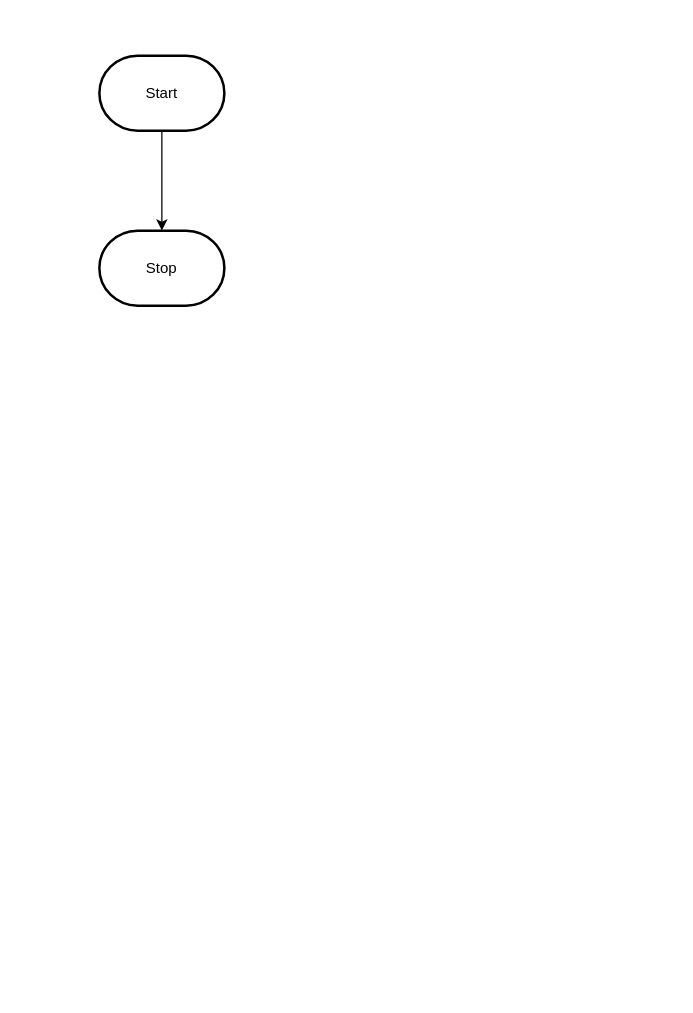
Before: design/flowchart.drawio in MTHS-TEJ2O-1-2023/TEJ2O-Unit-2-08-Julianne-Leblanc-Peltier, a draw.io diagram. Source tidied: cells renumbered, new cells numbered last; positions are measured from the earlier drawing's top-left corner, leaving out a move shared by most shapes. Both pictures are drawn from the tidied source at 125%, with x=0, y=0 at pixel (99, 55).
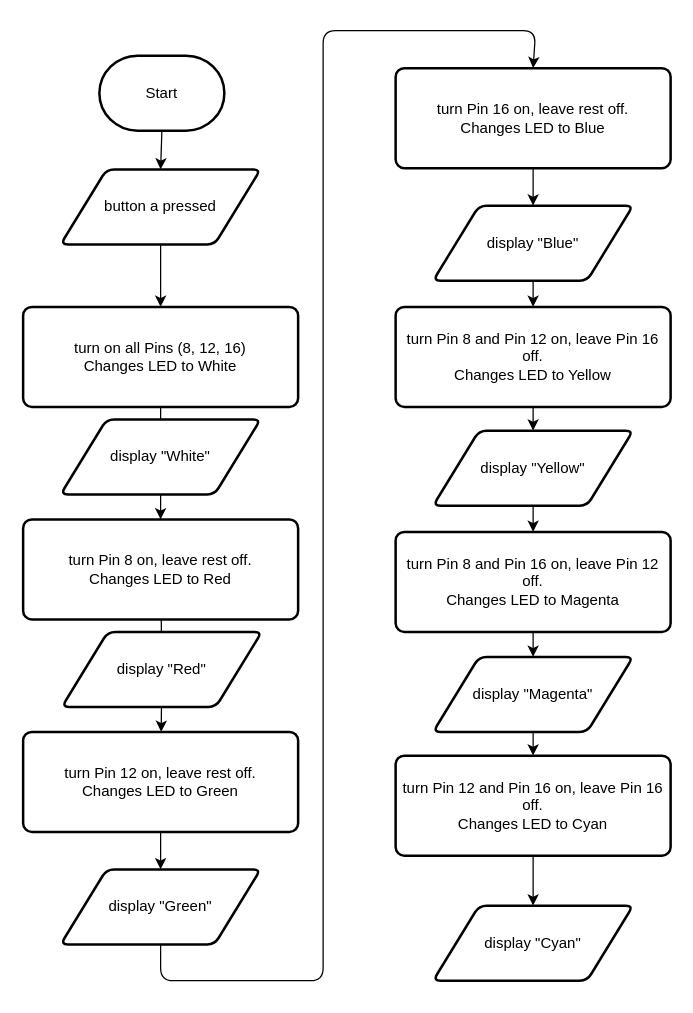
The same page after the edit.

Unchanged cells that the change refers to:
```xml
<mxCell id="3" value="Start" style="strokeWidth=2;html=1;shape=mxgraph.flowchart.terminator;whiteSpace=wrap;" parent="1" vertex="1">
  <mxGeometry width="100" height="60" as="geometry" />
</mxCell>
```

Change to the diagram source:
```diff
@@
-    <mxCell id="2" style="edgeStyle=orthogonalEdgeStyle;html=1;rounded=0;" parent="1" edge="1" source="3" target="4">
-      <mxGeometry relative="1" as="geometry" />
-    </mxCell>
+    <mxCell id="5" style="edgeStyle=none;html=1;exitX=0.5;exitY=1;exitDx=0;exitDy=0;exitPerimeter=0;entryX=0.5;entryY=0;entryDx=0;entryDy=0;" parent="1" edge="1" source="3" target="7">
+      <mxGeometry relative="1" as="geometry" />
+    </mxCell>
@@
-    <mxCell id="4" value="Stop" style="strokeWidth=2;html=1;shape=mxgraph.flowchart.terminator;whiteSpace=wrap;" parent="1" vertex="1">
-      <mxGeometry y="140" width="100" height="60" as="geometry" />
-    </mxCell>
+    <mxCell id="6" style="edgeStyle=none;html=1;exitX=0.5;exitY=1;exitDx=0;exitDy=0;entryX=0.5;entryY=0;entryDx=0;entryDy=0;" parent="1" edge="1" source="7" target="9">
+      <mxGeometry relative="1" as="geometry" />
+    </mxCell>
+    <mxCell id="7" value="button a pressed" style="shape=parallelogram;html=1;strokeWidth=2;perimeter=parallelogramPerimeter;whiteSpace=wrap;rounded=1;arcSize=12;size=0.23;" parent="1" vertex="1">
+      <mxGeometry x="-31" y="91" width="160" height="60" as="geometry" />
+    </mxCell>
+    <mxCell id="8" style="edgeStyle=none;html=1;startArrow=none;startFill=0;endArrow=classic;endFill=1;" parent="1" edge="1" source="9" target="10">
+      <mxGeometry relative="1" as="geometry" />
+    </mxCell>
+    <mxCell id="9" value="turn on all Pins (8, 12, 16)&lt;br&gt;Changes LED to White" style="rounded=1;whiteSpace=wrap;html=1;absoluteArcSize=1;arcSize=14;strokeWidth=2;" parent="1" vertex="1">
+      <mxGeometry x="-61" y="201" width="220" height="80" as="geometry" />
+    </mxCell>
+    <mxCell id="10" value="turn Pin 8 on, leave rest off.&lt;br&gt;Changes LED to Red" style="rounded=1;whiteSpace=wrap;html=1;absoluteArcSize=1;arcSize=14;strokeWidth=2;" parent="1" vertex="1">
+      <mxGeometry x="-61" y="371" width="220" height="80" as="geometry" />
+    </mxCell>
+    <mxCell id="11" style="edgeStyle=none;html=1;endArrow=none;endFill=0;startArrow=none;startFill=1;" parent="1" edge="1" source="18" target="10">
+      <mxGeometry relative="1" as="geometry" />
+    </mxCell>
+    <mxCell id="12" style="edgeStyle=none;html=1;exitX=0.5;exitY=1;exitDx=0;exitDy=0;entryX=0.5;entryY=0;entryDx=0;entryDy=0;startArrow=none;startFill=0;endArrow=classic;endFill=1;" parent="1" edge="1" source="13" target="16">
+      <mxGeometry relative="1" as="geometry" />
+    </mxCell>
+    <mxCell id="13" value="turn Pin 12 on, leave rest off.&lt;br&gt;Changes LED to Green" style="rounded=1;whiteSpace=wrap;html=1;absoluteArcSize=1;arcSize=14;strokeWidth=2;" parent="1" vertex="1">
+      <mxGeometry x="-61" y="541" width="220" height="80" as="geometry" />
+    </mxCell>
+    <mxCell id="14" value="display &quot;White&quot;" style="shape=parallelogram;html=1;strokeWidth=2;perimeter=parallelogramPerimeter;whiteSpace=wrap;rounded=1;arcSize=12;size=0.23;" parent="1" vertex="1">
+      <mxGeometry x="-31" y="291" width="160" height="60" as="geometry" />
+    </mxCell>
+    <mxCell id="15" style="edgeStyle=none;rounded=1;html=1;exitX=0.5;exitY=1;exitDx=0;exitDy=0;entryX=0.5;entryY=0;entryDx=0;entryDy=0;startArrow=none;startFill=0;endArrow=classic;endFill=1;" parent="1" edge="1" source="16" target="20">
+      <mxGeometry relative="1" as="geometry">
+        <Array as="points">
+          <mxPoint x="49" y="740" />
+          <mxPoint x="179" y="740" />
+          <mxPoint x="179" y="-20" />
+          <mxPoint x="349" y="-20" />
+        </Array>
+      </mxGeometry>
+    </mxCell>
+    <mxCell id="16" value="display &quot;Green&quot;" style="shape=parallelogram;html=1;strokeWidth=2;perimeter=parallelogramPerimeter;whiteSpace=wrap;rounded=1;arcSize=12;size=0.23;" parent="1" vertex="1">
+      <mxGeometry x="-31" y="651" width="160" height="60" as="geometry" />
+    </mxCell>
+    <mxCell id="17" style="edgeStyle=none;html=1;endArrow=none;endFill=0;startArrow=classic;startFill=1;" parent="1" edge="1" source="13" target="18">
+      <mxGeometry relative="1" as="geometry" />
+    </mxCell>
+    <mxCell id="18" value="display &quot;Red&quot;" style="shape=parallelogram;html=1;strokeWidth=2;perimeter=parallelogramPerimeter;whiteSpace=wrap;rounded=1;arcSize=12;size=0.23;" parent="1" vertex="1">
+      <mxGeometry x="-30" y="461" width="160" height="60" as="geometry" />
+    </mxCell>
+    <mxCell id="19" style="edgeStyle=none;rounded=1;html=1;exitX=0.5;exitY=1;exitDx=0;exitDy=0;startArrow=none;startFill=0;endArrow=classic;endFill=1;" parent="1" edge="1" source="20" target="22">
+      <mxGeometry relative="1" as="geometry" />
+    </mxCell>
+    <mxCell id="20" value="turn Pin 16 on, leave rest off.&lt;br&gt;Changes LED to Blue" style="rounded=1;whiteSpace=wrap;html=1;absoluteArcSize=1;arcSize=14;strokeWidth=2;" parent="1" vertex="1">
+      <mxGeometry x="237" y="10" width="220" height="80" as="geometry" />
+    </mxCell>
+    <mxCell id="21" style="edgeStyle=none;rounded=1;html=1;exitX=0.5;exitY=1;exitDx=0;exitDy=0;startArrow=none;startFill=0;endArrow=classic;endFill=1;" parent="1" edge="1" source="22" target="24">
+      <mxGeometry relative="1" as="geometry" />
+    </mxCell>
+    <mxCell id="22" value="display &quot;Blue&quot;" style="shape=parallelogram;html=1;strokeWidth=2;perimeter=parallelogramPerimeter;whiteSpace=wrap;rounded=1;arcSize=12;size=0.23;" parent="1" vertex="1">
+      <mxGeometry x="267" y="120" width="160" height="60" as="geometry" />
+    </mxCell>
+    <mxCell id="23" style="edgeStyle=none;rounded=1;html=1;exitX=0.5;exitY=1;exitDx=0;exitDy=0;entryX=0.5;entryY=0;entryDx=0;entryDy=0;startArrow=none;startFill=0;endArrow=classic;endFill=1;" parent="1" edge="1" source="24" target="26">
+      <mxGeometry relative="1" as="geometry" />
+    </mxCell>
+    <mxCell id="24" value="turn Pin 8 and Pin 12 on, leave Pin 16 off.&lt;br&gt;Changes LED to Yellow" style="rounded=1;whiteSpace=wrap;html=1;absoluteArcSize=1;arcSize=14;strokeWidth=2;" parent="1" vertex="1">
+      <mxGeometry x="237" y="201" width="220" height="80" as="geometry" />
+    </mxCell>
+    <mxCell id="25" style="edgeStyle=none;rounded=1;html=1;exitX=0.5;exitY=1;exitDx=0;exitDy=0;entryX=0.5;entryY=0;entryDx=0;entryDy=0;startArrow=none;startFill=0;endArrow=classic;endFill=1;" parent="1" edge="1" source="26" target="28">
+      <mxGeometry relative="1" as="geometry" />
+    </mxCell>
+    <mxCell id="26" value="display &quot;Yellow&quot;" style="shape=parallelogram;html=1;strokeWidth=2;perimeter=parallelogramPerimeter;whiteSpace=wrap;rounded=1;arcSize=12;size=0.23;" parent="1" vertex="1">
+      <mxGeometry x="267" y="300" width="160" height="60" as="geometry" />
+    </mxCell>
+    <mxCell id="27" style="edgeStyle=none;rounded=1;html=1;exitX=0.5;exitY=1;exitDx=0;exitDy=0;entryX=0.5;entryY=0;entryDx=0;entryDy=0;startArrow=none;startFill=0;endArrow=classic;endFill=1;" parent="1" edge="1" source="28" target="30">
+      <mxGeometry relative="1" as="geometry" />
+    </mxCell>
+    <mxCell id="28" value="turn Pin 8 and Pin 16 on, leave Pin 12 off.&lt;br&gt;Changes LED to Magenta" style="rounded=1;whiteSpace=wrap;html=1;absoluteArcSize=1;arcSize=14;strokeWidth=2;" parent="1" vertex="1">
+      <mxGeometry x="237" y="381" width="220" height="80" as="geometry" />
+    </mxCell>
+    <mxCell id="29" style="edgeStyle=none;rounded=1;html=1;exitX=0.5;exitY=1;exitDx=0;exitDy=0;entryX=0.5;entryY=0;entryDx=0;entryDy=0;startArrow=none;startFill=0;endArrow=classic;endFill=1;" parent="1" edge="1" source="30" target="32">
+      <mxGeometry relative="1" as="geometry" />
+    </mxCell>
+    <mxCell id="30" value="display &quot;Magenta&quot;" style="shape=parallelogram;html=1;strokeWidth=2;perimeter=parallelogramPerimeter;whiteSpace=wrap;rounded=1;arcSize=12;size=0.23;" parent="1" vertex="1">
+      <mxGeometry x="267" y="481" width="160" height="60" as="geometry" />
+    </mxCell>
+    <mxCell id="31" style="edgeStyle=none;rounded=1;html=1;exitX=0.5;exitY=1;exitDx=0;exitDy=0;entryX=0.5;entryY=0;entryDx=0;entryDy=0;startArrow=none;startFill=0;endArrow=classic;endFill=1;" parent="1" edge="1" source="32" target="33">
+      <mxGeometry relative="1" as="geometry" />
+    </mxCell>
+    <mxCell id="32" value="turn Pin 12 and Pin 16 on, leave Pin 16 off.&lt;br&gt;Changes LED to Cyan" style="rounded=1;whiteSpace=wrap;html=1;absoluteArcSize=1;arcSize=14;strokeWidth=2;" parent="1" vertex="1">
+      <mxGeometry x="237" y="560" width="220" height="80" as="geometry" />
+    </mxCell>
+    <mxCell id="33" value="display &quot;Cyan&quot;" style="shape=parallelogram;html=1;strokeWidth=2;perimeter=parallelogramPerimeter;whiteSpace=wrap;rounded=1;arcSize=12;size=0.23;" parent="1" vertex="1">
+      <mxGeometry x="267" y="680" width="160" height="60" as="geometry" />
+    </mxCell>
```
